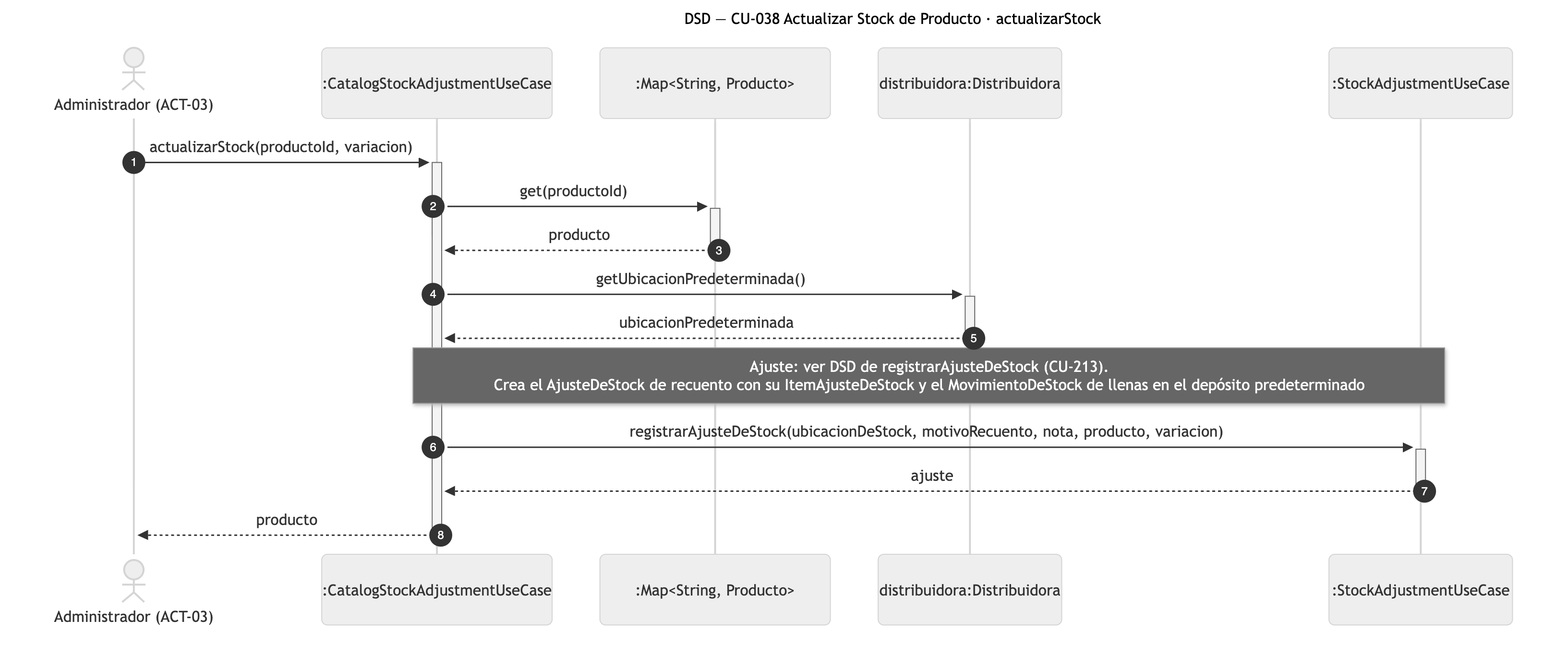
Before: diagramas/png/DSD_CU-038_actualizarStock.png, a diagram exported from Mermaid (Nahuelito-Dev/splg-docs). Its source is kept beside it as diagramas/DSD_CU-038_actualizarStock.mmd.
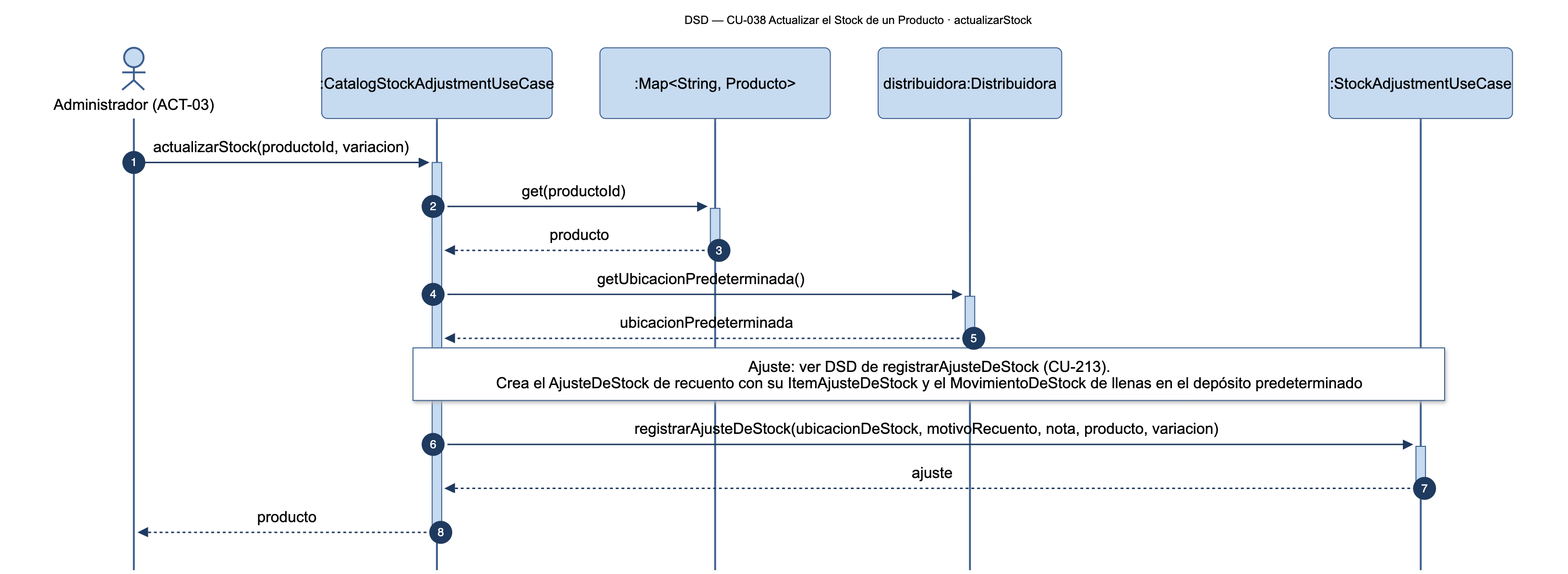
After the commit.

Diff of the diagram source:
```diff
@@ -1,5 +1,5 @@
 sequenceDiagram
-    title DSD — CU-038 Actualizar Stock de Producto · actualizarStock
+    title DSD — CU-038 Actualizar el Stock de un Producto · actualizarStock
     autonumber
     actor ADM as Administrador (ACT-03)
     participant SRV as :CatalogStockAdjustmentUseCase
```
